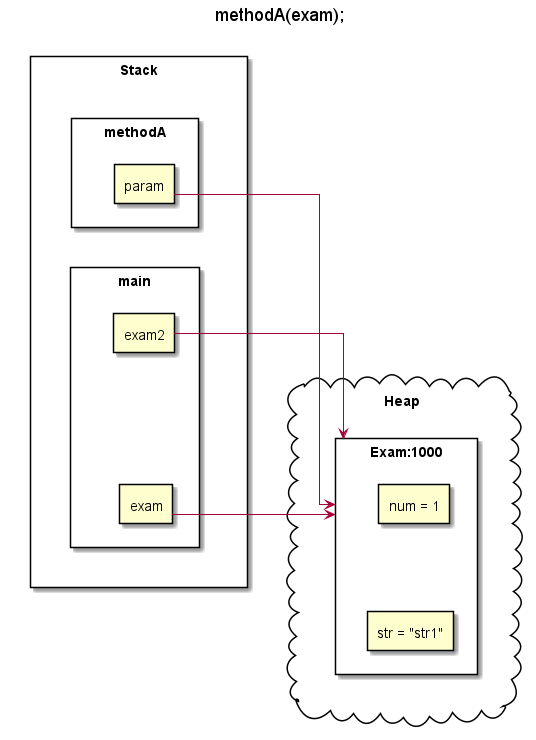
This is img/java/concept_memorymanagement_18.png from windowforsun/blog, a PlantUML export, as it was before one commit.
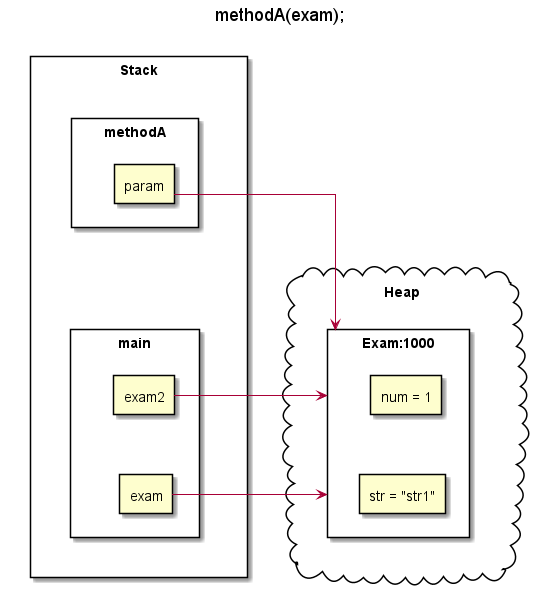
Later version of the same file.

What changed in the source:
```diff
@@ -25,10 +25,10 @@
 	}
 }
 
-Stack -[hidden]right-Heap
+Stack -[hidden]r-Heap
 
-exam -right-> Exam1000
-exam2 -right-> Exam1000
-param -right-> Exam1000
+exam -up-> Exam1000
+exam2 --> Exam1000
+param --> Exam1000
 
 @enduml
```
